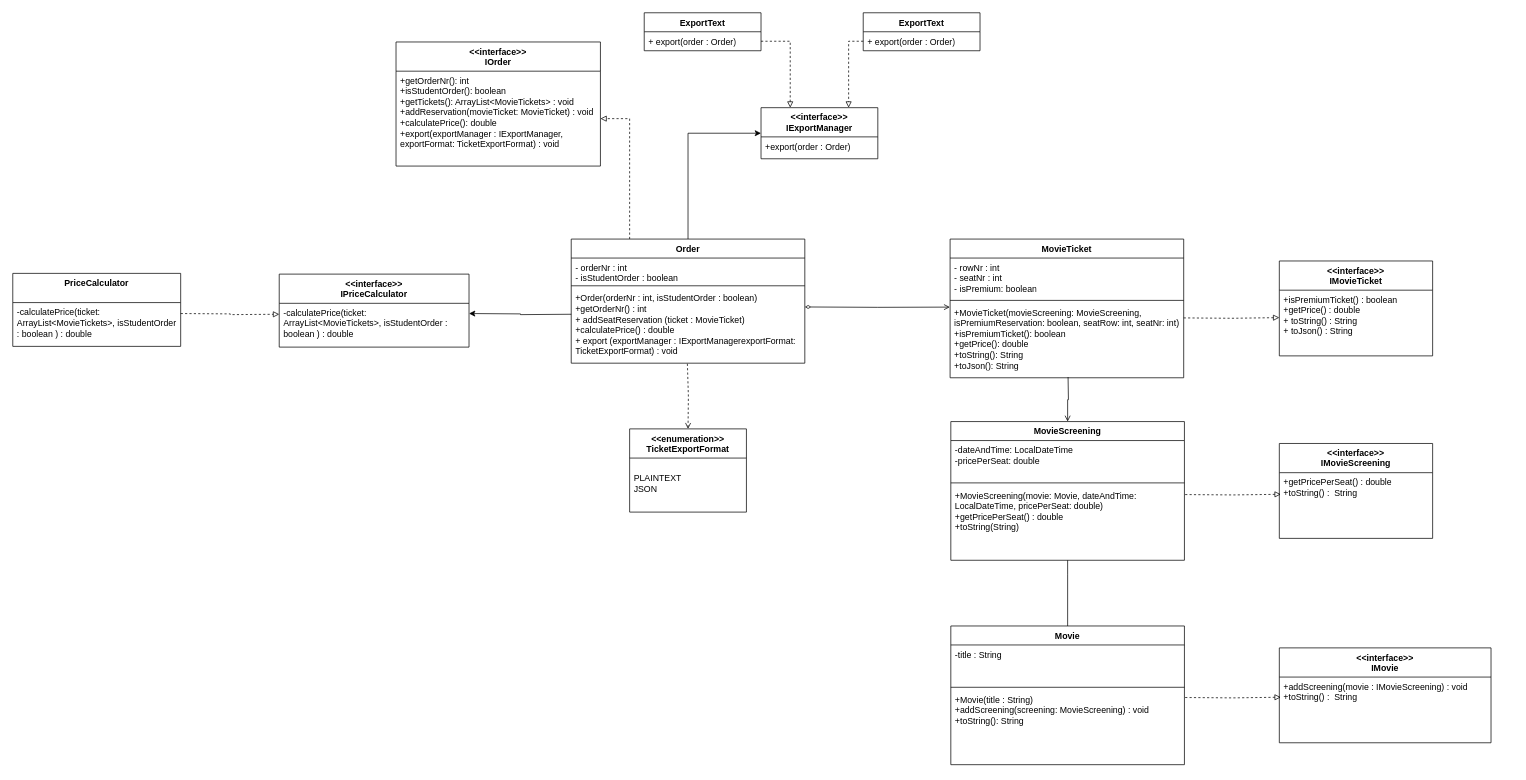
The draw.io diagram ontwerp_deel3.drawio in stijn-robben/soa3, before the edit. Source tidied: cells renumbered, new cells numbered last; positions are measured from the earlier drawing's top-left corner, leaving out a move shared by most shapes. Both pictures are drawn from the tidied source at 73%, with x=0, y=0 at pixel (12, 12).
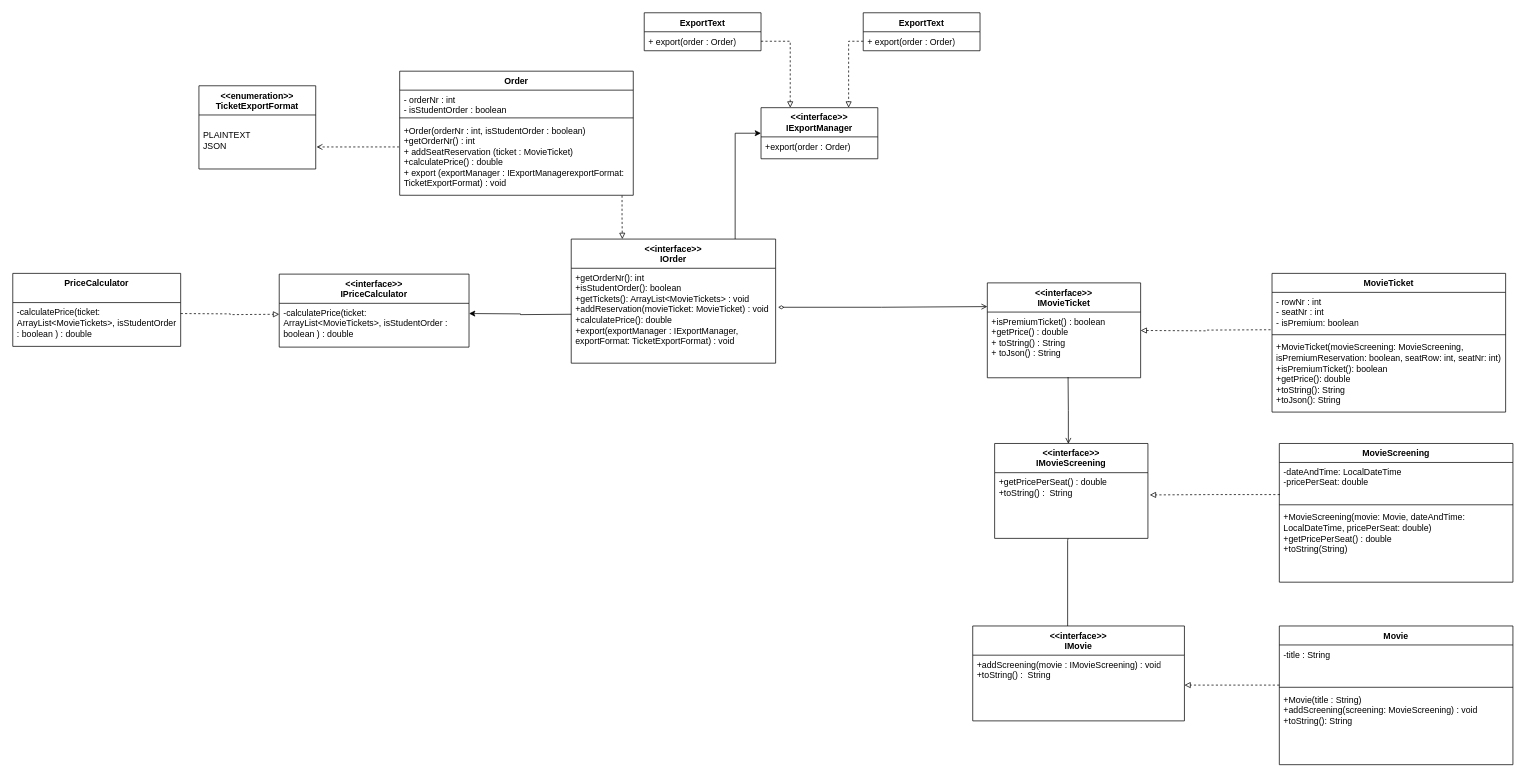
After the change.

Unchanged cells that the change refers to:
```xml
<mxCell id="7" value="+Order(orderNr : int, isStudentOrder : boolean)&lt;div&gt;+getOrderNr() : int&lt;/div&gt;&lt;div&gt;+ addSeatReservation (ticket : MovieTicket)&lt;/div&gt;&lt;div&gt;+calculatePrice() : double&lt;/div&gt;&lt;div&gt;+ export (exportManager : IExportManagerexportFormat: TicketExportFormat) : void&lt;/div&gt;" style="text;strokeColor=none;fillColor=none;align=left;verticalAlign=top;spacingLeft=4;spacingRight=4;overflow=hidden;points=[[0,0.5],[1,0.5]];portConstraint=eastwest;whiteSpace=wrap;html=1;" parent="4" vertex="1">
  <mxGeometry y="68" width="320" height="102" as="geometry" />
</mxCell>
<mxCell id="10" value="&lt;div&gt;&lt;br&gt;&lt;/div&gt;&lt;div&gt;PLAINTEXT&lt;/div&gt;&lt;div&gt;JSON&lt;/div&gt;" style="text;strokeColor=none;fillColor=none;align=left;verticalAlign=top;spacingLeft=4;spacingRight=4;overflow=hidden;points=[[0,0.5],[1,0.5]];portConstraint=eastwest;whiteSpace=wrap;html=1;" parent="9" vertex="1">
  <mxGeometry y="40" width="160" height="74" as="geometry" />
</mxCell>
<mxCell id="11" value="&amp;lt;&amp;lt;interface&amp;gt;&amp;gt;&lt;div&gt;IExportManager&lt;/div&gt;" style="swimlane;fontStyle=1;align=center;verticalAlign=top;horizontal=1;startSize=40;whiteSpace=wrap;html=1;direction=east;" parent="1" vertex="1">
  <mxGeometry x="1025" y="130" width="160" height="70" as="geometry" />
</mxCell>
<mxCell id="24" value="-dateAndTime: LocalDateTime&lt;div&gt;-pricePerSeat: double&lt;/div&gt;" style="text;strokeColor=none;fillColor=none;align=left;verticalAlign=top;spacingLeft=4;spacingRight=4;overflow=hidden;points=[[0,0.5],[1,0.5]];portConstraint=eastwest;whiteSpace=wrap;html=1;" parent="23" vertex="1">
  <mxGeometry y="26" width="320" height="54" as="geometry" />
</mxCell>
<mxCell id="26" value="+MovieScreening(movie: Movie, dateAndTime: LocalDateTime, pricePerSeat: double)&lt;div&gt;+getPricePerSeat() : double&lt;/div&gt;&lt;div&gt;+toString(String)&lt;/div&gt;" style="text;strokeColor=none;fillColor=none;align=left;verticalAlign=top;spacingLeft=4;spacingRight=4;overflow=hidden;points=[[0,0.5],[1,0.5]];portConstraint=eastwest;whiteSpace=wrap;html=1;" parent="23" vertex="1">
  <mxGeometry y="88" width="320" height="102" as="geometry" />
</mxCell>
<mxCell id="39" value="+getPricePerSeat() : double&lt;div&gt;+toString() :&amp;nbsp; String&lt;/div&gt;" style="text;strokeColor=none;fillColor=none;align=left;verticalAlign=top;spacingLeft=4;spacingRight=4;overflow=hidden;points=[[0,0.5],[1,0.5]];portConstraint=eastwest;whiteSpace=wrap;html=1;" parent="38" vertex="1">
  <mxGeometry y="40" width="210" height="90" as="geometry" />
</mxCell>
<mxCell id="43" value="+getOrderNr(): int&lt;div&gt;+isStudentOrder(): boolean&lt;/div&gt;&lt;div&gt;+getTickets(): ArrayList&amp;lt;MovieTickets&amp;gt; : void&lt;/div&gt;&lt;div&gt;+addReservation(movieTicket: MovieTicket) : void&lt;/div&gt;&lt;div&gt;+calculatePrice(): double&lt;/div&gt;&lt;div&gt;+export(exportManager : IExportManager, exportFormat: TicketExportFormat) : void&lt;/div&gt;" style="text;strokeColor=none;fillColor=none;align=left;verticalAlign=top;spacingLeft=4;spacingRight=4;overflow=hidden;points=[[0,0.5],[1,0.5]];portConstraint=eastwest;whiteSpace=wrap;html=1;" parent="42" vertex="1">
  <mxGeometry y="40" width="280" height="130" as="geometry" />
</mxCell>
```

Change to the diagram source:
```diff
@@
-    <mxCell id="2" style="edgeStyle=orthogonalEdgeStyle;rounded=0;jettySize=auto;html=1;exitX=0.25;exitY=0;exitDx=0;exitDy=0;entryX=1;entryY=0.5;entryDx=0;entryDy=0;endArrow=block;endFill=0;dashed=1;" parent="1" edge="1" source="4" target="43">
-      <mxGeometry relative="1" as="geometry" />
-    </mxCell>
-    <mxCell id="3" style="edgeStyle=orthogonalEdgeStyle;rounded=0;jettySize=auto;html=1;exitX=0.5;exitY=0;exitDx=0;exitDy=0;entryX=0;entryY=0.5;entryDx=0;entryDy=0;" parent="1" edge="1" source="4" target="11">
+    <mxCell id="3" style="edgeStyle=orthogonalEdgeStyle;rounded=0;jettySize=auto;html=1;entryX=0;entryY=0.5;entryDx=0;entryDy=0;exitX=0.802;exitY=0.008;exitDx=0;exitDy=0;exitPerimeter=0;" parent="1" edge="1" source="42" target="11">
       <mxGeometry relative="1" as="geometry" />
     </mxCell>
     <mxCell id="4" value="Order" style="swimlane;fontStyle=1;align=center;verticalAlign=top;horizontal=1;startSize=26;whiteSpace=wrap;html=1;" parent="1" vertex="1">
-      <mxGeometry x="765" y="310" width="320" height="170" as="geometry" />
+      <mxGeometry x="530" y="80" width="320" height="170" as="geometry" />
     </mxCell>
@@
-    <mxCell id="8" style="edgeStyle=orthogonalEdgeStyle;rounded=0;orthogonalLoop=1;jettySize=auto;html=1;exitX=0.5;exitY=0;exitDx=0;exitDy=0;endArrow=none;endFill=0;startArrow=open;startFill=0;dashed=1;" parent="1" edge="1">
-      <mxGeometry relative="1" as="geometry">
-        <mxPoint x="925" y="570" as="sourcePoint" />
-        <mxPoint x="924.1" y="480" as="targetPoint" />
-      </mxGeometry>
-    </mxCell>
     <mxCell id="9" value="&amp;lt;&amp;lt;enumeration&amp;gt;&amp;gt;&lt;div&gt;TicketExportFormat&lt;/div&gt;" style="swimlane;fontStyle=1;align=center;verticalAlign=top;horizontal=1;startSize=40;whiteSpace=wrap;html=1;direction=east;" parent="1" vertex="1">
-      <mxGeometry x="845" y="570" width="160" height="114" as="geometry" />
+      <mxGeometry x="255" y="100" width="160" height="114" as="geometry" />
     </mxCell>
@@
     <mxCell id="17" value="MovieTicket" style="swimlane;fontStyle=1;align=center;verticalAlign=top;horizontal=1;startSize=26;whiteSpace=wrap;html=1;" parent="1" vertex="1">
-      <mxGeometry x="1284" y="310" width="320" height="190" as="geometry" />
+      <mxGeometry x="1725" y="357" width="320" height="190" as="geometry" />
     </mxCell>
@@
-    <mxCell id="20" style="edgeStyle=orthogonalEdgeStyle;rounded=0;orthogonalLoop=1;jettySize=auto;html=1;exitX=1;exitY=0.5;exitDx=0;exitDy=0;endArrow=block;endFill=0;dashed=1;" parent="17" edge="1">
-      <mxGeometry relative="1" as="geometry">
-        <mxPoint x="320" y="108" as="sourcePoint" />
-        <mxPoint x="451" y="107.6" as="targetPoint" />
-      </mxGeometry>
-    </mxCell>
@@
-    <mxCell id="22" style="edgeStyle=orthogonalEdgeStyle;rounded=0;jettySize=auto;html=1;exitX=0.5;exitY=0;exitDx=0;exitDy=0;endArrow=none;startFill=0;startArrow=open;" parent="1" edge="1" source="23">
+    <mxCell id="22" style="edgeStyle=orthogonalEdgeStyle;rounded=0;jettySize=auto;html=1;endArrow=none;startFill=0;startArrow=open;exitX=0.481;exitY=0.004;exitDx=0;exitDy=0;exitPerimeter=0;" parent="1" edge="1" source="38">
       <mxGeometry relative="1" as="geometry">
         <mxPoint x="1445.6" y="499" as="targetPoint" />
       </mxGeometry>
     </mxCell>
     <mxCell id="23" value="MovieScreening" style="swimlane;fontStyle=1;align=center;verticalAlign=top;horizontal=1;startSize=26;whiteSpace=wrap;html=1;" parent="1" vertex="1">
-      <mxGeometry x="1285" y="560" width="320" height="190" as="geometry" />
+      <mxGeometry x="1735" y="590" width="320" height="190" as="geometry" />
     </mxCell>
@@
-    <mxCell id="27" style="edgeStyle=orthogonalEdgeStyle;rounded=0;jettySize=auto;html=1;endArrow=none;startFill=0;" parent="1" edge="1" source="28" target="26">
+    <mxCell id="27" style="edgeStyle=orthogonalEdgeStyle;rounded=0;jettySize=auto;html=1;endArrow=none;startFill=0;entryX=0.479;entryY=1.001;entryDx=0;entryDy=0;entryPerimeter=0;" parent="1" edge="1" target="39">
       <mxGeometry relative="1" as="geometry">
+        <mxPoint x="1445" y="840" as="sourcePoint" />
         <Array as="points">
-          <mxPoint x="1445" y="770" />
-          <mxPoint x="1445" y="770" />
+          <mxPoint x="1445" y="723" />
+          <mxPoint x="1446" y="723" />
         </Array>
       </mxGeometry>
     </mxCell>
     <mxCell id="28" value="Movie" style="swimlane;fontStyle=1;align=center;verticalAlign=top;horizontal=1;startSize=26;whiteSpace=wrap;html=1;" parent="1" vertex="1">
-      <mxGeometry x="1285" y="840" width="320" height="190" as="geometry" />
+      <mxGeometry x="1735" y="840" width="320" height="190" as="geometry" />
     </mxCell>
@@
     <mxCell id="36" value="&amp;lt;&amp;lt;interface&amp;gt;&amp;gt;&lt;div&gt;IMovieTicket&lt;/div&gt;" style="swimlane;fontStyle=1;align=center;verticalAlign=top;horizontal=1;startSize=40;whiteSpace=wrap;html=1;direction=east;" parent="1" vertex="1">
-      <mxGeometry x="1735" y="340" width="210" height="130" as="geometry" />
+      <mxGeometry x="1335" y="370" width="210" height="130" as="geometry" />
     </mxCell>
@@
     <mxCell id="38" value="&amp;lt;&amp;lt;interface&amp;gt;&amp;gt;&lt;div&gt;IMovieScreening&lt;/div&gt;" style="swimlane;fontStyle=1;align=center;verticalAlign=top;horizontal=1;startSize=40;whiteSpace=wrap;html=1;direction=east;" parent="1" vertex="1">
-      <mxGeometry x="1735" y="590" width="210" height="130" as="geometry" />
+      <mxGeometry x="1345" y="590" width="210" height="130" as="geometry" />
     </mxCell>
@@
     <mxCell id="40" value="&amp;lt;&amp;lt;interface&amp;gt;&amp;gt;&lt;div&gt;IMovie&lt;/div&gt;" style="swimlane;fontStyle=1;align=center;verticalAlign=top;horizontal=1;startSize=40;whiteSpace=wrap;html=1;direction=east;" parent="1" vertex="1">
-      <mxGeometry x="1735" y="870" width="290" height="130" as="geometry" />
+      <mxGeometry x="1315" y="840" width="290" height="130" as="geometry" />
     </mxCell>
@@
     <mxCell id="42" value="&amp;lt;&amp;lt;interface&amp;gt;&amp;gt;&lt;div&gt;IOrder&lt;/div&gt;" style="swimlane;fontStyle=1;align=center;verticalAlign=top;horizontal=1;startSize=40;whiteSpace=wrap;html=1;direction=east;" parent="1" vertex="1">
-      <mxGeometry x="525" y="40" width="280" height="170" as="geometry" />
+      <mxGeometry x="765" y="310" width="280" height="170" as="geometry" />
     </mxCell>
@@
-    <mxCell id="48" style="edgeStyle=orthogonalEdgeStyle;rounded=0;orthogonalLoop=1;jettySize=auto;html=1;exitX=1;exitY=0.5;exitDx=0;exitDy=0;entryX=-0.004;entryY=0.306;entryDx=0;entryDy=0;entryPerimeter=0;endArrow=open;endFill=0;startArrow=diamondThin;startFill=0;" parent="1" edge="1">
-      <mxGeometry relative="1" as="geometry">
-        <mxPoint x="1085" y="403" as="sourcePoint" />
-        <mxPoint x="1283.7" y="403.2" as="targetPoint" />
-      </mxGeometry>
+    <mxCell id="48" style="edgeStyle=orthogonalEdgeStyle;rounded=0;jettySize=auto;html=1;exitX=1.012;exitY=0.411;exitDx=0;exitDy=0;entryX=0;entryY=0.25;entryDx=0;entryDy=0;endArrow=open;endFill=0;startArrow=diamondThin;startFill=0;exitPerimeter=0;" parent="1" edge="1" source="43" target="36">
+      <mxGeometry relative="1" as="geometry" />
     </mxCell>
-    <mxCell id="49" style="edgeStyle=orthogonalEdgeStyle;rounded=0;orthogonalLoop=1;jettySize=auto;html=1;exitX=1;exitY=0.5;exitDx=0;exitDy=0;endArrow=block;endFill=0;dashed=1;" parent="1" edge="1">
-      <mxGeometry relative="1" as="geometry">
-        <mxPoint x="1606" y="660" as="sourcePoint" />
-        <mxPoint x="1737" y="659.6" as="targetPoint" />
-      </mxGeometry>
+    <mxCell id="49" style="edgeStyle=orthogonalEdgeStyle;rounded=0;jettySize=auto;html=1;exitX=0.002;exitY=0.815;exitDx=0;exitDy=0;endArrow=block;endFill=0;dashed=1;entryX=1.012;entryY=0.339;entryDx=0;entryDy=0;entryPerimeter=0;exitPerimeter=0;" parent="1" edge="1" source="24" target="39">
+      <mxGeometry relative="1" as="geometry" />
     </mxCell>
-    <mxCell id="50" style="edgeStyle=orthogonalEdgeStyle;rounded=0;orthogonalLoop=1;jettySize=auto;html=1;exitX=1;exitY=0.5;exitDx=0;exitDy=0;endArrow=block;endFill=0;dashed=1;" parent="1" edge="1">
-      <mxGeometry relative="1" as="geometry">
-        <mxPoint x="1606" y="938" as="sourcePoint" />
-        <mxPoint x="1737" y="937.6" as="targetPoint" />
-      </mxGeometry>
-    </mxCell>
+    <mxCell id="51" style="edgeStyle=orthogonalEdgeStyle;rounded=0;orthogonalLoop=1;jettySize=auto;html=1;endArrow=block;endFill=0;dashed=1;entryX=1.012;entryY=0.339;entryDx=0;entryDy=0;entryPerimeter=0;" parent="1" edge="1">
+      <mxGeometry relative="1" as="geometry">
+        <mxPoint x="1735" y="921" as="sourcePoint" />
+        <mxPoint x="1605" y="921" as="targetPoint" />
+      </mxGeometry>
+    </mxCell>
+    <mxCell id="52" style="edgeStyle=orthogonalEdgeStyle;rounded=0;orthogonalLoop=1;jettySize=auto;html=1;exitX=0.002;exitY=0.815;exitDx=0;exitDy=0;endArrow=block;endFill=0;dashed=1;entryX=1.012;entryY=0.339;entryDx=0;entryDy=0;entryPerimeter=0;exitPerimeter=0;" parent="1" edge="1">
+      <mxGeometry relative="1" as="geometry">
+        <mxPoint x="1723" y="434.2" as="sourcePoint" />
+        <mxPoint x="1545" y="435.2" as="targetPoint" />
+      </mxGeometry>
+    </mxCell>
+    <mxCell id="53" style="edgeStyle=orthogonalEdgeStyle;rounded=0;jettySize=auto;html=1;exitX=0.952;exitY=1.004;exitDx=0;exitDy=0;endArrow=block;endFill=0;dashed=1;entryX=0.25;entryY=0;entryDx=0;entryDy=0;exitPerimeter=0;" parent="1" edge="1" source="7" target="42">
+      <mxGeometry relative="1" as="geometry" />
+    </mxCell>
+    <mxCell id="54" style="edgeStyle=orthogonalEdgeStyle;rounded=0;jettySize=auto;html=1;exitX=1.007;exitY=0.592;exitDx=0;exitDy=0;endArrow=none;endFill=0;startArrow=open;startFill=0;dashed=1;entryX=-0.003;entryY=0.351;entryDx=0;entryDy=0;entryPerimeter=0;exitPerimeter=0;" parent="1" edge="1" source="10" target="7">
+      <mxGeometry relative="1" as="geometry" />
+    </mxCell>
```
